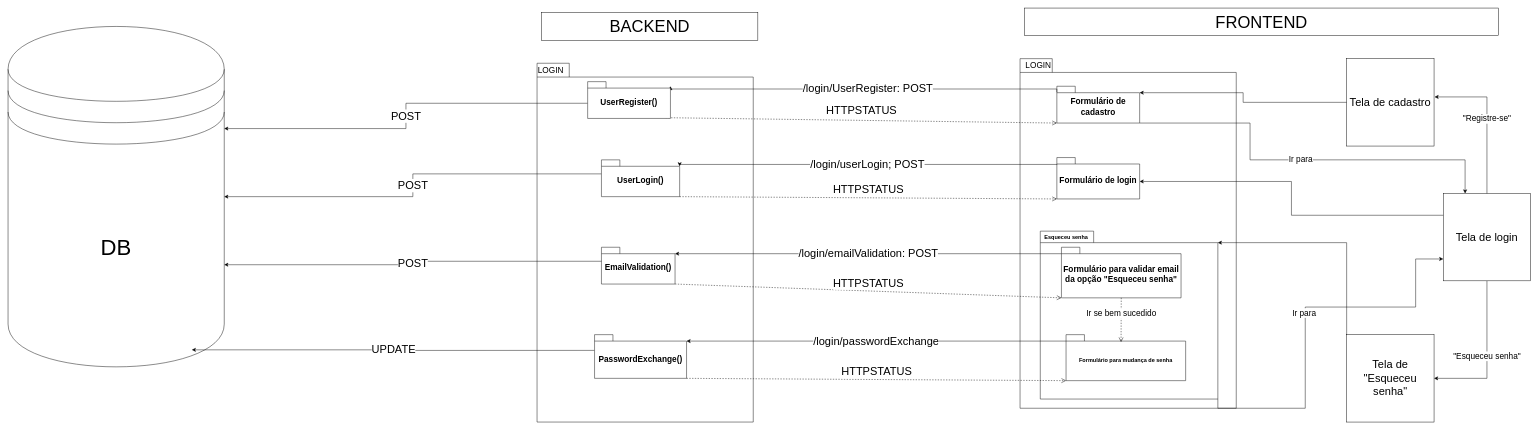
The draw.io diagram Arquitetura.drawio in Lukexll/Projeto-Engenharia-de-Software, before the edit. Source tidied: cells renumbered, new cells numbered last; positions are measured from the earlier drawing's top-left corner, leaving out a move shared by most shapes. Both pictures are drawn from the tidied source at 46%, with x=0, y=0 at pixel (8, 8).
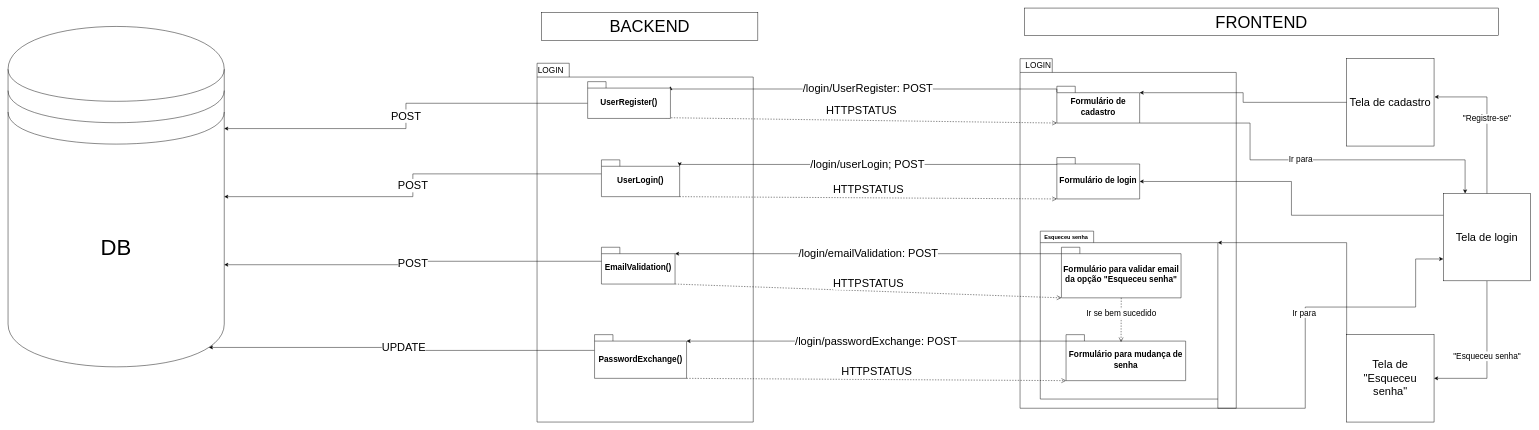
The same diagram, later.

Unchanged cells that the change refers to:
```xml
<mxCell id="6" value="&lt;font style=&quot;font-size: 48px;&quot;&gt;DB&lt;/font&gt;&lt;div&gt;&lt;br&gt;&lt;/div&gt;" style="shape=datastore;whiteSpace=wrap;html=1;" parent="1" vertex="1">
  <mxGeometry y="40" width="470" height="740" as="geometry" />
</mxCell>
<mxCell id="15" value="&lt;font style=&quot;font-size: 18px;&quot;&gt;PasswordExchange()&lt;/font&gt;" style="shape=folder;fontStyle=1;spacingTop=10;tabWidth=40;tabHeight=14;tabPosition=left;html=1;whiteSpace=wrap;" parent="1" vertex="1">
  <mxGeometry x="1275" y="710" width="200" height="95" as="geometry" />
</mxCell>
```

Diff of the diagram source:
```diff
@@
-    <mxCell id="14" value="&lt;font style=&quot;font-size: 24px;&quot;&gt;UPDATE&lt;/font&gt;" style="edgeStyle=orthogonalEdgeStyle;rounded=0;jettySize=auto;html=1;exitX=0;exitY=0;exitDx=0;exitDy=34.25;exitPerimeter=0;entryX=0.85;entryY=0.95;entryDx=0;entryDy=0;entryPerimeter=0;" parent="1" edge="1" source="15" target="6">
+    <mxCell id="14" value="&lt;font style=&quot;font-size: 24px;&quot;&gt;UPDATE&lt;/font&gt;" style="edgeStyle=orthogonalEdgeStyle;rounded=0;jettySize=auto;html=1;exitX=0;exitY=0;exitDx=0;exitDy=34.25;exitPerimeter=0;entryX=0.929;entryY=0.943;entryDx=0;entryDy=0;entryPerimeter=0;" parent="1" edge="1" source="15" target="6">
       <mxGeometry relative="1" as="geometry" />
     </mxCell>
@@
-    <mxCell id="29" value="Formulário para mudança de senha" style="shape=folder;fontStyle=1;spacingTop=10;tabWidth=40;tabHeight=14;tabPosition=left;html=1;whiteSpace=wrap;" parent="1" vertex="1">
+    <mxCell id="29" value="&lt;font style=&quot;font-size: 18px;&quot;&gt;Formulário para mudança de senha&lt;/font&gt;" style="shape=folder;fontStyle=1;spacingTop=10;tabWidth=40;tabHeight=14;tabPosition=left;html=1;whiteSpace=wrap;" parent="1" vertex="1">
       <mxGeometry x="2300" y="710" width="260" height="100" as="geometry" />
     </mxCell>
@@
-    <mxCell id="31" value="&lt;font style=&quot;font-size: 24px;&quot;&gt;/login/passwordExchange&lt;/font&gt;" style="edgeStyle=orthogonalEdgeStyle;rounded=0;jettySize=auto;html=1;exitX=0;exitY=0;exitDx=0;exitDy=14;exitPerimeter=0;entryX=0;entryY=0;entryDx=200;entryDy=14;entryPerimeter=0;" parent="1" edge="1" source="29" target="15">
+    <mxCell id="31" value="&lt;font style=&quot;font-size: 24px;&quot;&gt;/login/passwordExchange: POST&lt;/font&gt;" style="edgeStyle=orthogonalEdgeStyle;rounded=0;jettySize=auto;html=1;exitX=0;exitY=0;exitDx=0;exitDy=14;exitPerimeter=0;entryX=0;entryY=0;entryDx=200;entryDy=14;entryPerimeter=0;" parent="1" edge="1" source="29" target="15">
       <mxGeometry relative="1" as="geometry" />
     </mxCell>
```
